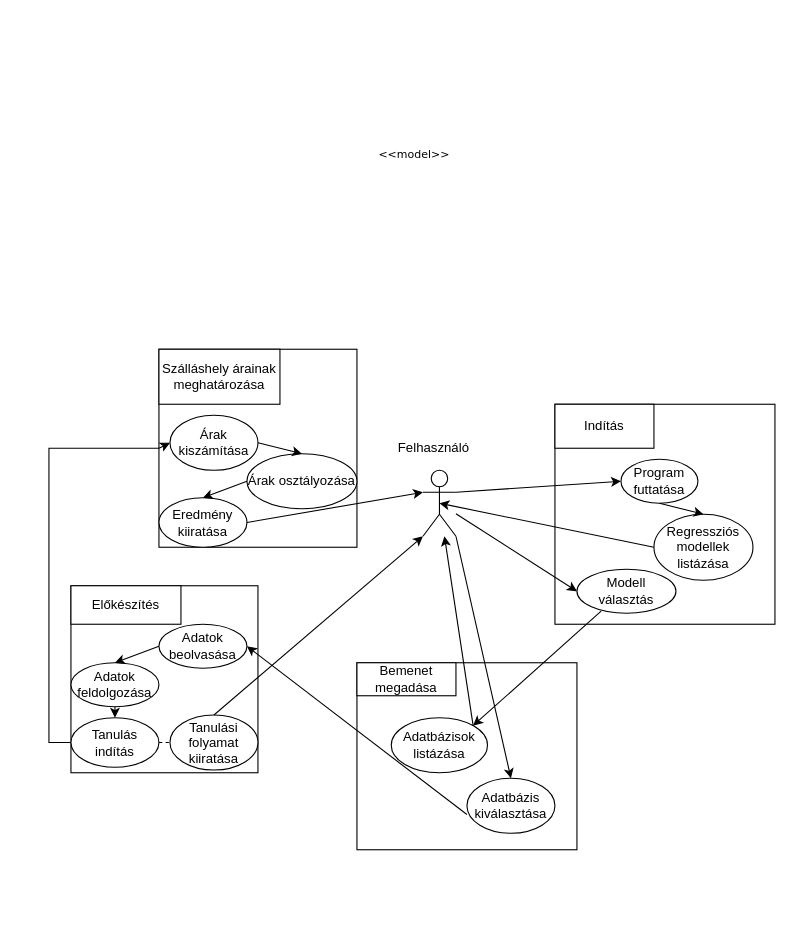
Before: UseCase.drawio in HabanAndras/Gepi-latas, a draw.io diagram. Source tidied: cells renumbered, new cells numbered last; positions are measured from the earlier drawing's top-left corner, leaving out a move shared by most shapes. Both pictures are drawn from the tidied source at 110%, with x=0, y=0 at pixel (48, 144).
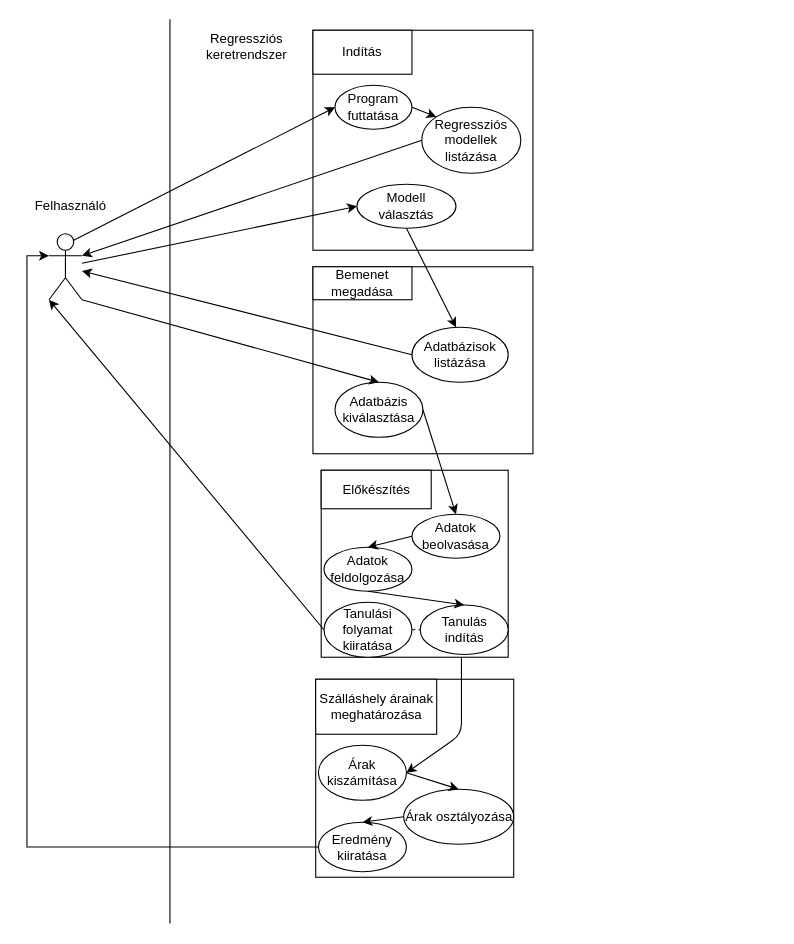
After the change.

Change to the diagram source:
```diff
@@
-    <mxCell id="2" value="&amp;lt;&amp;lt;model&amp;gt;&amp;gt;" style="text;html=1;align=left;verticalAlign=top;spacingTop=-4;fontSize=10;fontFamily=Verdana;" parent="1" vertex="1">
-      <mxGeometry x="297.5" y="0.5" width="130" height="20" as="geometry" />
-    </mxCell>
     <mxCell id="3" style="shape=umlActor;verticalLabelPosition=bottom;verticalAlign=top;html=1;outlineConnect=0;" parent="1" vertex="1">
-      <mxGeometry x="340" y="296" width="30" height="60" as="geometry" />
+      <mxGeometry y="81" width="30" height="60" as="geometry" />
     </mxCell>
     <mxCell id="4" style="whiteSpace=wrap;html=1;" parent="1" vertex="1">
-      <mxGeometry x="460" y="236" width="200" height="200" as="geometry" />
+      <mxGeometry x="240" y="-104" width="200" height="200" as="geometry" />
     </mxCell>
     <mxCell id="5" value="Indítás" style="rounded=0;whiteSpace=wrap;html=1;" parent="1" vertex="1">
-      <mxGeometry x="460" y="236" width="90" height="40" as="geometry" />
+      <mxGeometry x="240" y="-104" width="90" height="40" as="geometry" />
     </mxCell>
     <mxCell id="6" value="Program futtatása" style="ellipse;whiteSpace=wrap;html=1;" parent="1" vertex="1">
-      <mxGeometry x="520" y="286" width="70" height="40" as="geometry" />
+      <mxGeometry x="260" y="-54" width="70" height="40" as="geometry" />
     </mxCell>
-    <mxCell id="7" style="endArrow=classic;html=1;entryX=0;entryY=0.5;entryDx=0;entryDy=0;exitX=1;exitY=0.3333333333333333;exitDx=0;exitDy=0;exitPerimeter=0;" parent="1" edge="1" source="3" target="6">
+    <mxCell id="7" style="endArrow=classic;html=1;entryX=0;entryY=0.5;entryDx=0;entryDy=0;exitX=0.75;exitY=0.1;exitDx=0;exitDy=0;exitPerimeter=0;" parent="1" edge="1" source="3" target="6">
       <mxGeometry relative="1" as="geometry" />
     </mxCell>
     <mxCell id="8" value="Regressziós modellek listázása" style="ellipse;whiteSpace=wrap;html=1;" parent="1" vertex="1">
-      <mxGeometry x="550" y="336" width="90" height="60" as="geometry" />
+      <mxGeometry x="339" y="-34" width="90" height="60" as="geometry" />
     </mxCell>
-    <mxCell id="9" style="endArrow=classic;html=1;exitX=0.5;exitY=1;exitDx=0;exitDy=0;entryX=0.5;entryY=0;entryDx=0;entryDy=0;" parent="1" edge="1" source="6" target="8">
-      <mxGeometry relative="1" as="geometry" />
-    </mxCell>
-    <mxCell id="10" style="endArrow=classic;html=1;exitX=0;exitY=0.5;exitDx=0;exitDy=0;entryX=0.5;entryY=0.5;entryDx=0;entryDy=0;entryPerimeter=0;" parent="1" edge="1" source="8" target="3">
+    <mxCell id="10" style="endArrow=classic;html=1;exitX=0;exitY=0.5;exitDx=0;exitDy=0;entryX=1;entryY=0.3333333333333333;entryDx=0;entryDy=0;entryPerimeter=0;" parent="1" edge="1" source="8" target="3">
       <mxGeometry relative="1" as="geometry" />
     </mxCell>
     <mxCell id="11" value="Modell választás" style="ellipse;whiteSpace=wrap;html=1;" parent="1" vertex="1">
-      <mxGeometry x="480" y="386" width="90" height="40" as="geometry" />
+      <mxGeometry x="280" y="36" width="90" height="40" as="geometry" />
     </mxCell>
@@
     <mxCell id="13" style="rounded=0;whiteSpace=wrap;html=1;" parent="1" vertex="1">
-      <mxGeometry x="280" y="471" width="200" height="170" as="geometry" />
+      <mxGeometry x="240" y="111" width="200" height="170" as="geometry" />
     </mxCell>
-    <mxCell id="14" value="Bemenet megadása" style="rounded=0;whiteSpace=wrap;html=1;" parent="1" vertex="1">
-      <mxGeometry x="280" y="471" width="90" height="30" as="geometry" />
-    </mxCell>
     <mxCell id="15" value="Adatbázisok listázása" style="ellipse;whiteSpace=wrap;html=1;" parent="1" vertex="1">
-      <mxGeometry x="311.2" y="521" width="87.5" height="50" as="geometry" />
+      <mxGeometry x="330" y="166" width="87.5" height="50" as="geometry" />
     </mxCell>
     <mxCell id="16" value="Adatbázis kiválasztása" style="ellipse;whiteSpace=wrap;html=1;" parent="1" vertex="1">
-      <mxGeometry x="380" y="576" width="80" height="50" as="geometry" />
+      <mxGeometry x="260" y="216" width="80" height="50" as="geometry" />
     </mxCell>
-    <mxCell id="17" style="endArrow=classic;html=1;exitX=0.244;exitY=0.95;exitDx=0;exitDy=0;exitPerimeter=0;entryX=1;entryY=0;entryDx=0;entryDy=0;" parent="1" edge="1" source="11" target="15">
-      <mxGeometry relative="1" as="geometry" />
-    </mxCell>
-    <mxCell id="18" style="endArrow=classic;html=1;exitX=1;exitY=0;exitDx=0;exitDy=0;" parent="1" edge="1" source="15" target="3">
+    <mxCell id="18" style="endArrow=classic;html=1;exitX=0;exitY=0.5;exitDx=0;exitDy=0;" parent="1" edge="1" source="15" target="3">
       <mxGeometry relative="1" as="geometry" />
     </mxCell>
     <mxCell id="19" value="Felhasználó" style="text;html=1;strokeColor=none;fillColor=none;align=center;verticalAlign=middle;whiteSpace=wrap;rounded=0;" parent="1" vertex="1">
-      <mxGeometry x="330" y="266" width="40" height="20" as="geometry" />
+      <mxGeometry y="46" width="40" height="20" as="geometry" />
     </mxCell>
@@
     <mxCell id="21" style="rounded=0;whiteSpace=wrap;html=1;" parent="1" vertex="1">
-      <mxGeometry x="20" y="401" width="170" height="170" as="geometry" />
+      <mxGeometry x="247.5" y="296" width="170" height="170" as="geometry" />
     </mxCell>
     <mxCell id="22" value="Előkészítés" style="rounded=0;whiteSpace=wrap;html=1;" parent="1" vertex="1">
-      <mxGeometry x="20" y="401" width="100" height="35" as="geometry" />
+      <mxGeometry x="247.5" y="296" width="100" height="35" as="geometry" />
     </mxCell>
     <mxCell id="23" value="Adatok beolvasása" style="ellipse;whiteSpace=wrap;html=1;" parent="1" vertex="1">
-      <mxGeometry x="100" y="436" width="80" height="40" as="geometry" />
+      <mxGeometry x="330" y="336" width="80" height="40" as="geometry" />
     </mxCell>
-    <mxCell id="24" style="endArrow=classic;html=1;exitX=0;exitY=0.66;exitDx=0;exitDy=0;exitPerimeter=0;entryX=1;entryY=0.5;entryDx=0;entryDy=0;" parent="1" edge="1" source="16" target="23">
+    <mxCell id="24" style="endArrow=classic;html=1;exitX=1;exitY=0.5;exitDx=0;exitDy=0;entryX=0.5;entryY=0;entryDx=0;entryDy=0;" parent="1" edge="1" source="16" target="23">
       <mxGeometry relative="1" as="geometry" />
     </mxCell>
     <mxCell id="25" value="Adatok feldolgozása" style="ellipse;whiteSpace=wrap;html=1;" parent="1" vertex="1">
-      <mxGeometry x="20" y="471" width="80" height="40" as="geometry" />
+      <mxGeometry x="250" y="366" width="80" height="40" as="geometry" />
     </mxCell>
-    <mxCell id="26" style="edgeStyle=orthogonalEdgeStyle;rounded=0;jettySize=auto;html=1;exitX=0;exitY=0.5;exitDx=0;exitDy=0;" parent="1" edge="1" source="27">
-      <mxGeometry relative="1" as="geometry">
-        <mxPoint x="120" y="271" as="targetPoint" />
-        <Array as="points">
-          <mxPoint y="544" />
-          <mxPoint y="276" />
-          <mxPoint x="120" y="276" />
-        </Array>
-      </mxGeometry>
-    </mxCell>
     <mxCell id="27" value="Tanulás indítás" style="ellipse;whiteSpace=wrap;html=1;" parent="1" vertex="1">
-      <mxGeometry x="20" y="521" width="80" height="45" as="geometry" />
+      <mxGeometry x="337.5" y="418.5" width="80" height="45" as="geometry" />
     </mxCell>
     <mxCell id="28" style="whiteSpace=wrap;html=1;" parent="1" vertex="1">
-      <mxGeometry x="100" y="186" width="180" height="180" as="geometry" />
+      <mxGeometry x="242.5" y="486" width="180" height="180" as="geometry" />
     </mxCell>
     <mxCell id="29" value="Szálláshely árainak meghatározása" style="rounded=0;whiteSpace=wrap;html=1;" parent="1" vertex="1">
-      <mxGeometry x="100" y="186" width="110" height="50" as="geometry" />
+      <mxGeometry x="242.5" y="486" width="110" height="50" as="geometry" />
     </mxCell>
@@
-    <mxCell id="31" style="endArrow=none;dashed=1;html=1;exitX=1;exitY=0.5;exitDx=0;exitDy=0;" parent="1" edge="1" source="27" target="32">
-      <mxGeometry relative="1" as="geometry" />
-    </mxCell>
     <mxCell id="32" value="Tanulási folyamat kiiratása" style="ellipse;whiteSpace=wrap;html=1;" parent="1" vertex="1">
-      <mxGeometry x="110" y="518.5" width="80" height="50" as="geometry" />
+      <mxGeometry x="250" y="416" width="80" height="50" as="geometry" />
     </mxCell>
-    <mxCell id="33" style="endArrow=classic;html=1;exitX=0.5;exitY=0;exitDx=0;exitDy=0;entryX=0;entryY=1;entryDx=0;entryDy=0;entryPerimeter=0;" parent="1" edge="1" source="32" target="3">
+    <mxCell id="33" style="endArrow=classic;html=1;exitX=0;exitY=0.5;exitDx=0;exitDy=0;entryX=0;entryY=1;entryDx=0;entryDy=0;entryPerimeter=0;" parent="1" edge="1" source="32" target="3">
       <mxGeometry relative="1" as="geometry" />
     </mxCell>
     <mxCell id="34" value="Árak kiszámítása" style="ellipse;whiteSpace=wrap;html=1;" parent="1" vertex="1">
-      <mxGeometry x="110" y="246" width="80" height="50" as="geometry" />
+      <mxGeometry x="245" y="546" width="80" height="50" as="geometry" />
     </mxCell>
     <mxCell id="35" value="Árak osztályozása" style="ellipse;whiteSpace=wrap;html=1;" parent="1" vertex="1">
-      <mxGeometry x="180" y="281" width="100" height="50" as="geometry" />
+      <mxGeometry x="322.5" y="586" width="100" height="50" as="geometry" />
     </mxCell>
+    <mxCell id="37" style="edgeStyle=orthogonalEdgeStyle;rounded=0;jettySize=auto;html=1;exitX=0;exitY=0.5;exitDx=0;exitDy=0;entryX=0;entryY=0.3333333333333333;entryDx=0;entryDy=0;entryPerimeter=0;" parent="1" edge="1" source="36" target="3">
+      <mxGeometry relative="1" as="geometry" />
+    </mxCell>
     <mxCell id="36" value="Eredmény kiiratása" style="ellipse;whiteSpace=wrap;html=1;" parent="1" vertex="1">
-      <mxGeometry x="100" y="321" width="80" height="45" as="geometry" />
+      <mxGeometry x="245" y="616" width="80" height="45" as="geometry" />
     </mxCell>
-    <mxCell id="37" style="endArrow=classic;html=1;exitX=1;exitY=0.5;exitDx=0;exitDy=0;entryX=0;entryY=0.3333333333333333;entryDx=0;entryDy=0;entryPerimeter=0;" parent="1" edge="1" source="36" target="3">
-      <mxGeometry relative="1" as="geometry" />
-    </mxCell>
@@
-    <mxCell id="40" style="endArrow=classic;html=1;exitX=0;exitY=0.5;exitDx=0;exitDy=0;entryX=0;entryY=0.5;entryDx=0;entryDy=0;" parent="1" edge="1" source="28" target="34">
-      <mxGeometry relative="1" as="geometry" />
-    </mxCell>
@@
+    <mxCell id="14" value="Bemenet megadása" style="rounded=0;whiteSpace=wrap;html=1;" parent="1" vertex="1">
+      <mxGeometry x="240" y="111" width="90" height="30" as="geometry" />
+    </mxCell>
+    <mxCell id="42" style="endArrow=classic;html=1;exitX=0.5;exitY=1;exitDx=0;exitDy=0;" parent="1" edge="1" source="11">
+      <mxGeometry relative="1" as="geometry">
+        <mxPoint x="370" y="166" as="targetPoint" />
+      </mxGeometry>
+    </mxCell>
+    <mxCell id="9" style="endArrow=classic;html=1;exitX=1;exitY=0.5;exitDx=0;exitDy=0;entryX=0;entryY=0;entryDx=0;entryDy=0;" parent="1" edge="1" source="6" target="8">
+      <mxGeometry relative="1" as="geometry" />
+    </mxCell>
+    <mxCell id="43" style="endArrow=none;dashed=1;html=1;exitX=1;exitY=0.5;exitDx=0;exitDy=0;entryX=0;entryY=0.5;entryDx=0;entryDy=0;" parent="1" edge="1" source="32" target="27">
+      <mxGeometry relative="1" as="geometry" />
+    </mxCell>
+    <mxCell id="44" style="endArrow=classic;html=1;exitX=0.75;exitY=1;exitDx=0;exitDy=0;entryX=1;entryY=0.5;entryDx=0;entryDy=0;" parent="1" edge="1" source="21" target="34">
+      <mxGeometry relative="1" as="geometry">
+        <Array as="points">
+          <mxPoint x="375" y="536" />
+        </Array>
+      </mxGeometry>
+    </mxCell>
+    <mxCell id="45" value="Regressziós keretrendszer" style="text;html=1;strokeColor=none;fillColor=none;align=center;verticalAlign=middle;whiteSpace=wrap;rounded=0;" parent="1" vertex="1">
+      <mxGeometry x="140" y="-104" width="80" height="30" as="geometry" />
+    </mxCell>
+    <mxCell id="46" style="endArrow=none;html=1;" parent="1" edge="1">
+      <mxGeometry relative="1" as="geometry">
+        <mxPoint x="110" y="-114" as="sourcePoint" />
+        <mxPoint x="110" y="708" as="targetPoint" />
+      </mxGeometry>
+    </mxCell>
```
